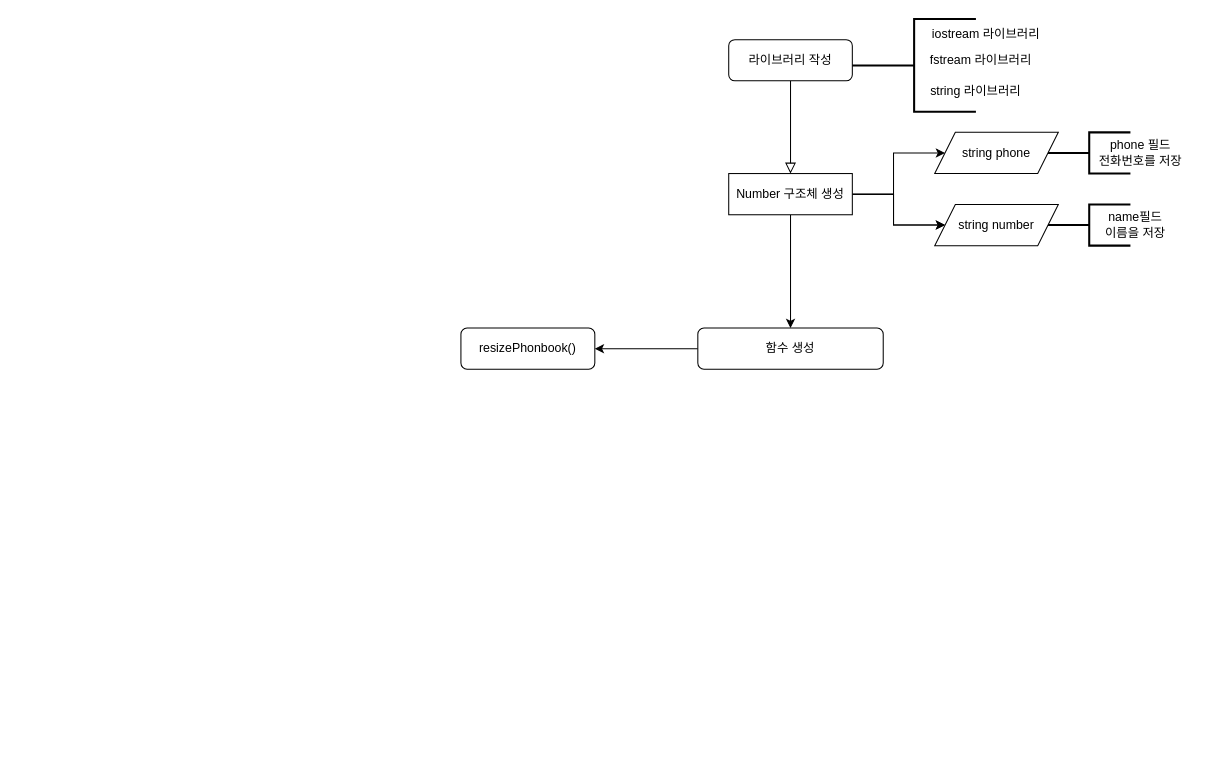
The draw.io diagram 소프트웨어공학 과제.drawio in kgr5013/kgr5013, before the edit. Source tidied: cells renumbered, new cells numbered last; positions are measured from the earlier drawing's top-left corner, leaving out a move shared by most shapes. Both pictures are drawn from the tidied source at 103%, with x=0, y=0 at pixel (460, 19).
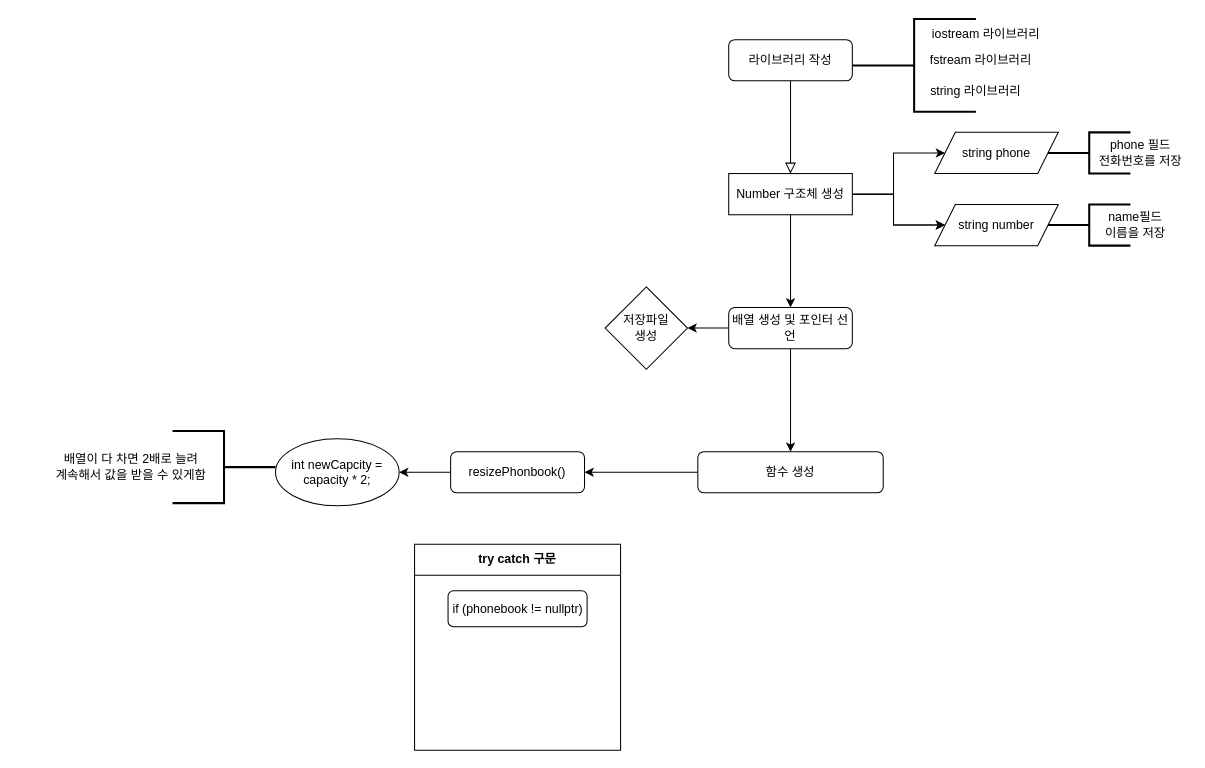
Above is the later version.

Commit message:
소프트웨어공학 과제.drawio 업데이트

Unchanged cells that the change refers to:
```xml
<mxCell id="8" value="Number 구조체 생성" style="rounded=0;whiteSpace=wrap;html=1;" parent="1" vertex="1">
  <mxGeometry x="260" y="150" width="120" height="40" as="geometry" />
</mxCell>
```

Diff of the diagram source:
```diff
@@
-    <mxCell id="7" style="edgeStyle=orthogonalEdgeStyle;rounded=0;jettySize=auto;html=1;" parent="1" edge="1" source="8" target="21">
-      <mxGeometry relative="1" as="geometry" />
-    </mxCell>
@@
     <mxCell id="21" value="함수 생성" style="rounded=1;whiteSpace=wrap;html=1;" parent="1" vertex="1">
-      <mxGeometry x="230" y="300" width="180" height="40" as="geometry" />
+      <mxGeometry x="230" y="420" width="180" height="40" as="geometry" />
     </mxCell>
+    <mxCell id="23" style="edgeStyle=orthogonalEdgeStyle;rounded=0;jettySize=auto;html=1;" parent="1" edge="1" source="22" target="29">
+      <mxGeometry relative="1" as="geometry" />
+    </mxCell>
     <mxCell id="22" value="resizePhonbook()" style="rounded=1;whiteSpace=wrap;html=1;" parent="1" vertex="1">
-      <mxGeometry y="300" width="130" height="40" as="geometry" />
+      <mxGeometry x="-10" y="420" width="130" height="40" as="geometry" />
     </mxCell>
+    <mxCell id="24" style="edgeStyle=orthogonalEdgeStyle;rounded=0;jettySize=auto;html=1;" parent="1" edge="1" source="8" target="27">
+      <mxGeometry relative="1" as="geometry" />
+    </mxCell>
+    <mxCell id="25" style="edgeStyle=orthogonalEdgeStyle;rounded=0;jettySize=auto;html=1;" parent="1" edge="1" source="27" target="21">
+      <mxGeometry relative="1" as="geometry" />
+    </mxCell>
+    <mxCell id="26" style="edgeStyle=orthogonalEdgeStyle;rounded=0;jettySize=auto;html=1;" parent="1" edge="1" source="27" target="28">
+      <mxGeometry relative="1" as="geometry" />
+    </mxCell>
+    <mxCell id="27" value="배열 생성 및 포인터 선언" style="rounded=1;whiteSpace=wrap;html=1;" parent="1" vertex="1">
+      <mxGeometry x="260" y="280" width="120" height="40" as="geometry" />
+    </mxCell>
+    <mxCell id="28" value="저장파일&lt;div&gt;생성&lt;/div&gt;" style="rhombus;whiteSpace=wrap;html=1;" parent="1" vertex="1">
+      <mxGeometry x="140" y="260" width="80" height="80" as="geometry" />
+    </mxCell>
+    <mxCell id="29" value="int newCapcity = capacity * 2;" style="ellipse;whiteSpace=wrap;html=1;" parent="1" vertex="1">
+      <mxGeometry x="-180" y="407.5" width="120" height="65" as="geometry" />
+    </mxCell>
+    <mxCell id="30" value="배열이 다 차면 2배로 늘려&lt;div&gt;계속해서 값을 받을 수 있게함&lt;/div&gt;" style="text;html=1;align=center;verticalAlign=middle;whiteSpace=wrap;rounded=0;" parent="1" vertex="1">
+      <mxGeometry x="-430" y="420" width="220" height="30" as="geometry" />
+    </mxCell>
+    <mxCell id="31" style="strokeWidth=2;html=1;shape=mxgraph.flowchart.annotation_2;align=left;labelPosition=right;direction=west;" parent="1" vertex="1">
+      <mxGeometry x="-280" y="400" width="100" height="70" as="geometry" />
+    </mxCell>
+    <mxCell id="32" value="try catch 구문" style="swimlane;whiteSpace=wrap;html=1;startSize=30;" parent="1" vertex="1">
+      <mxGeometry x="-45" y="510" width="200" height="200" as="geometry" />
+    </mxCell>
+    <mxCell id="33" value="if (phonebook != nullptr)" style="rounded=1;whiteSpace=wrap;html=1;" parent="32" vertex="1">
+      <mxGeometry x="32.5" y="45" width="135" height="35" as="geometry" />
+    </mxCell>
```
